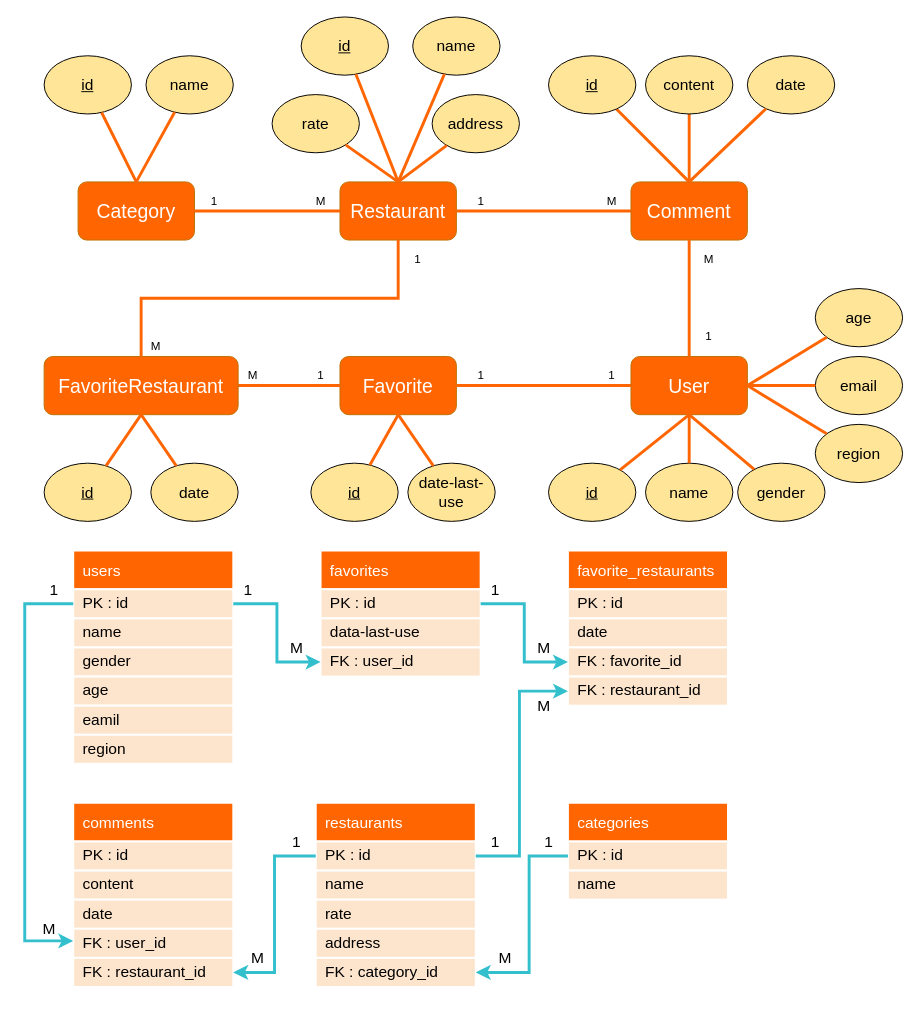
This is 餐廳論壇ERD+Schema.drawio.drawio from z88243310/bins, a draw.io file, before an edit. Source tidied: cells renumbered, new cells numbered last; positions are measured from the earlier drawing's top-left corner, leaving out a move shared by most shapes. Both pictures are drawn from the tidied source at 97%, with x=0, y=0 at pixel (24, 16).
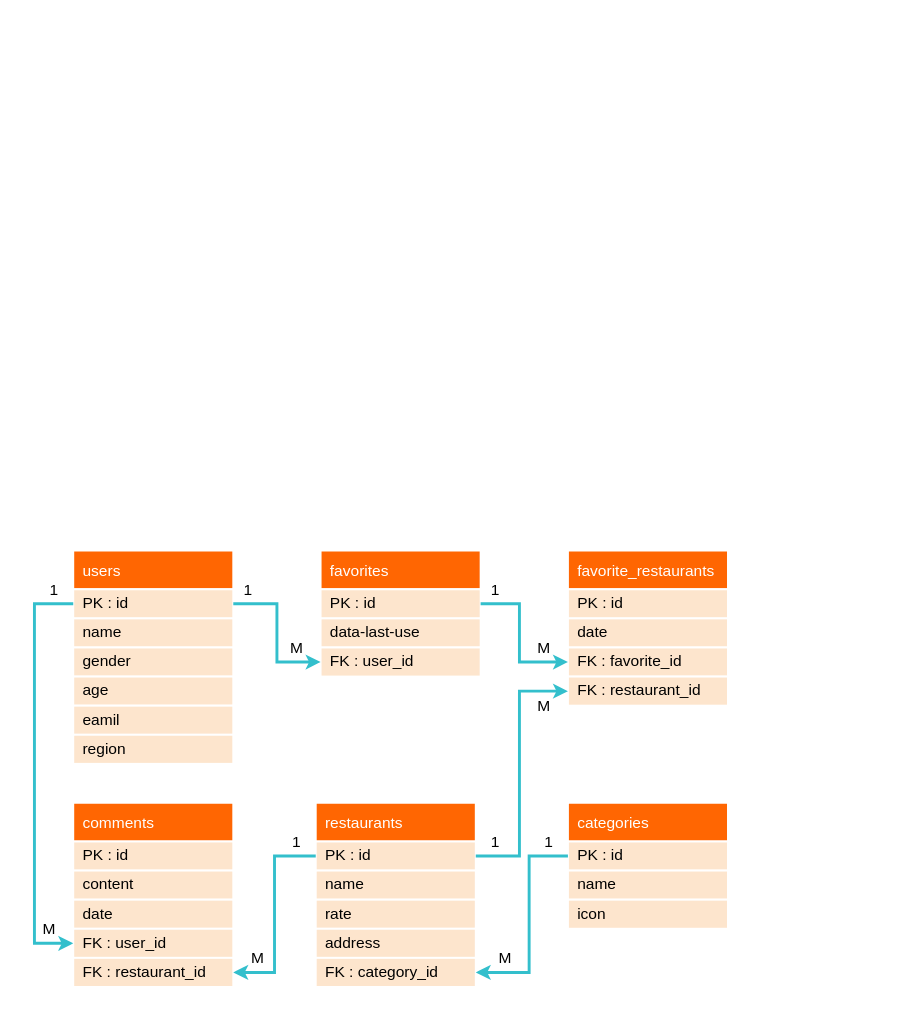
Above is the later version.

Commit message (it also covers changes not shown here):
更新餐廳論壇ERD+Schema.drawio.drawio

Unchanged cells that the change refers to:
```xml
<mxCell id="2" value="users" style="swimlane;fontStyle=0;horizontal=1;startSize=40;align=left;fontSize=16;fontColor=#FFFFFF;fillColor=#FF6602;spacing=0;strokeColor=#FFFFFF;strokeWidth=2;spacingLeft=10;" parent="1" vertex="1">
  <mxGeometry x="50" y="550" width="165" height="220" as="geometry" />
</mxCell>
<mxCell id="10" value="PK : id" style="text;strokeColor=#FFFFFF;fillColor=#FDE5CD;spacingLeft=10;spacingRight=0;overflow=hidden;points=[[0,0.5],[1,0.5]];portConstraint=eastwest;fontSize=16;strokeWidth=2;perimeterSpacing=0;sketch=0;shadow=0;rounded=0;glass=0;spacing=0;fontStyle=0;" parent="9" vertex="1">
  <mxGeometry y="40" width="165" height="30" as="geometry" />
</mxCell>
<mxCell id="19" value="FK : favorite_id" style="text;strokeColor=#FFFFFF;fillColor=#FDE5CD;spacingLeft=10;spacingRight=0;overflow=hidden;points=[[0,0.5],[1,0.5]];portConstraint=eastwest;fontSize=16;strokeWidth=2;sketch=0;shadow=0;rounded=0;glass=0;spacing=0;" parent="16" vertex="1">
  <mxGeometry y="100" width="165" height="30" as="geometry" />
</mxCell>
<mxCell id="95" value="comments" style="swimlane;fontStyle=0;horizontal=1;startSize=40;align=left;fontSize=16;fontColor=#FFFFFF;fillColor=#FF6602;spacing=0;strokeColor=#FFFFFF;strokeWidth=2;spacingLeft=10;" parent="1" vertex="1">
  <mxGeometry x="50" y="810" width="165" height="190" as="geometry" />
</mxCell>
<mxCell id="99" value="FK : user_id" style="text;strokeColor=#FFFFFF;fillColor=#FDE5CD;spacingLeft=10;spacingRight=0;overflow=hidden;points=[[0,0.5],[1,0.5]];portConstraint=eastwest;fontSize=16;strokeWidth=2;sketch=0;shadow=0;rounded=0;glass=0;spacing=0;" parent="95" vertex="1">
  <mxGeometry y="130" width="165" height="30" as="geometry" />
</mxCell>
```

Change to the diagram source:
```diff
@@
-    <mxCell id="32" value="Category" style="rounded=1;whiteSpace=wrap;html=1;fillColor=#FF6602;strokeColor=#BD7000;fontColor=#FFFFFF;fontSize=20;" parent="1" vertex="1">
-      <mxGeometry x="55" y="170" width="120" height="60" as="geometry" />
-    </mxCell>
-    <mxCell id="33" value="Restaurant" style="rounded=1;whiteSpace=wrap;html=1;fillColor=#FF6602;strokeColor=#BD7000;fontColor=#FFFFFF;fontSize=20;" parent="1" vertex="1">
-      <mxGeometry x="325" y="170" width="120" height="60" as="geometry" />
-    </mxCell>
-    <mxCell id="34" value="User" style="rounded=1;whiteSpace=wrap;html=1;fillColor=#FF6602;strokeColor=#BD7000;fontColor=#FFFFFF;fontSize=20;" parent="1" vertex="1">
-      <mxGeometry x="625" y="350" width="120" height="60" as="geometry" />
-    </mxCell>
-    <mxCell id="35" value="Comment" style="rounded=1;whiteSpace=wrap;html=1;fillColor=#FF6602;strokeColor=#BD7000;fontColor=#FFFFFF;fontSize=20;" parent="1" vertex="1">
-      <mxGeometry x="625" y="170" width="120" height="60" as="geometry" />
-    </mxCell>
-    <mxCell id="36" value="Favorite" style="rounded=1;whiteSpace=wrap;html=1;fillColor=#FF6602;strokeColor=#BD7000;fontColor=#FFFFFF;fontSize=20;" parent="1" vertex="1">
-      <mxGeometry x="325" y="350" width="120" height="60" as="geometry" />
-    </mxCell>
-    <mxCell id="37" style="edgeStyle=orthogonalEdgeStyle;rounded=0;jettySize=auto;html=1;entryX=0;entryY=0.5;entryDx=0;entryDy=0;strokeWidth=3;endArrow=none;endFill=0;strokeColor=#FF6602;exitX=1;exitY=0.5;exitDx=0;exitDy=0;" parent="1" edge="1" source="32" target="33">
-      <mxGeometry relative="1" as="geometry" />
-    </mxCell>
-    <mxCell id="38" value="1" style="text;html=1;align=center;verticalAlign=middle;strokeColor=none;fillColor=none;" parent="1" vertex="1">
-      <mxGeometry x="185" y="180" width="20" height="20" as="geometry" />
-    </mxCell>
-    <mxCell id="39" value="M" style="text;html=1;align=center;verticalAlign=middle;strokeColor=none;fillColor=none;" parent="1" vertex="1">
-      <mxGeometry x="295" y="180" width="20" height="20" as="geometry" />
-    </mxCell>
-    <mxCell id="40" style="edgeStyle=orthogonalEdgeStyle;rounded=0;jettySize=auto;html=1;strokeWidth=3;endArrow=none;endFill=0;strokeColor=#FF6602;exitX=1;exitY=0.5;exitDx=0;exitDy=0;entryX=0;entryY=0.5;entryDx=0;entryDy=0;" parent="1" edge="1" source="36" target="34">
-      <mxGeometry relative="1" as="geometry" />
-    </mxCell>
-    <mxCell id="41" value="1" style="text;html=1;align=center;verticalAlign=middle;strokeColor=none;fillColor=none;" parent="1" vertex="1">
-      <mxGeometry x="595" y="360" width="20" height="20" as="geometry" />
-    </mxCell>
-    <mxCell id="42" value="1" style="text;html=1;align=center;verticalAlign=middle;strokeColor=none;fillColor=none;" parent="1" vertex="1">
-      <mxGeometry x="460" y="360" width="20" height="20" as="geometry" />
-    </mxCell>
-    <mxCell id="43" style="edgeStyle=orthogonalEdgeStyle;rounded=0;jettySize=auto;html=1;strokeWidth=3;endArrow=none;endFill=0;strokeColor=#FF6602;exitX=1;exitY=0.5;exitDx=0;exitDy=0;entryX=0;entryY=0.5;entryDx=0;entryDy=0;" parent="1" edge="1" source="54" target="36">
-      <mxGeometry relative="1" as="geometry" />
-    </mxCell>
-    <mxCell id="44" value="1" style="text;html=1;align=center;verticalAlign=middle;strokeColor=none;fillColor=none;" parent="1" vertex="1">
-      <mxGeometry x="395" y="240" width="20" height="20" as="geometry" />
-    </mxCell>
-    <mxCell id="45" value="M" style="text;html=1;align=center;verticalAlign=middle;strokeColor=none;fillColor=none;" parent="1" vertex="1">
-      <mxGeometry x="125" y="330" width="20" height="20" as="geometry" />
-    </mxCell>
-    <mxCell id="46" style="edgeStyle=orthogonalEdgeStyle;rounded=0;jettySize=auto;html=1;strokeWidth=3;endArrow=none;endFill=0;strokeColor=#FF6602;exitX=1;exitY=0.5;exitDx=0;exitDy=0;entryX=0;entryY=0.5;entryDx=0;entryDy=0;" parent="1" edge="1" source="33" target="35">
-      <mxGeometry relative="1" as="geometry" />
-    </mxCell>
-    <mxCell id="47" style="edgeStyle=orthogonalEdgeStyle;rounded=0;jettySize=auto;html=1;strokeWidth=3;endArrow=none;endFill=0;strokeColor=#FF6602;exitX=0.5;exitY=1;exitDx=0;exitDy=0;entryX=0.5;entryY=0;entryDx=0;entryDy=0;" parent="1" edge="1" source="35" target="34">
-      <mxGeometry relative="1" as="geometry" />
-    </mxCell>
-    <mxCell id="48" value="1" style="text;html=1;align=center;verticalAlign=middle;strokeColor=none;fillColor=none;" parent="1" vertex="1">
-      <mxGeometry x="695" y="320" width="20" height="20" as="geometry" />
-    </mxCell>
-    <mxCell id="49" value="M" style="text;html=1;align=center;verticalAlign=middle;strokeColor=none;fillColor=none;" parent="1" vertex="1">
-      <mxGeometry x="695" y="240" width="20" height="20" as="geometry" />
-    </mxCell>
-    <mxCell id="50" value="M" style="text;html=1;align=center;verticalAlign=middle;strokeColor=none;fillColor=none;" parent="1" vertex="1">
-      <mxGeometry x="595" y="180" width="20" height="20" as="geometry" />
-    </mxCell>
-    <mxCell id="51" value="1" style="text;html=1;align=center;verticalAlign=middle;strokeColor=none;fillColor=none;" parent="1" vertex="1">
-      <mxGeometry x="460" y="180" width="20" height="20" as="geometry" />
-    </mxCell>
-    <mxCell id="52" value="&lt;div&gt;1&lt;/div&gt;" style="text;html=1;align=center;verticalAlign=middle;strokeColor=none;fillColor=none;" parent="1" vertex="1">
-      <mxGeometry x="295" y="360" width="20" height="20" as="geometry" />
-    </mxCell>
-    <mxCell id="53" value="M" style="text;html=1;align=center;verticalAlign=middle;strokeColor=none;fillColor=none;" parent="1" vertex="1">
-      <mxGeometry x="225" y="360" width="20" height="20" as="geometry" />
-    </mxCell>
-    <mxCell id="54" value="FavoriteRestaurant" style="rounded=1;whiteSpace=wrap;html=1;fillColor=#FF6602;strokeColor=#BD7000;fontColor=#FFFFFF;fontSize=20;" parent="1" vertex="1">
-      <mxGeometry x="20" y="350" width="200" height="60" as="geometry" />
-    </mxCell>
-    <mxCell id="55" style="edgeStyle=orthogonalEdgeStyle;rounded=0;jettySize=auto;html=1;strokeWidth=3;endArrow=none;endFill=0;strokeColor=#FF6602;exitX=0.5;exitY=0;exitDx=0;exitDy=0;entryX=0.5;entryY=1;entryDx=0;entryDy=0;" parent="1" edge="1" source="54" target="33">
-      <mxGeometry relative="1" as="geometry" />
-    </mxCell>
-    <mxCell id="56" value="&lt;u&gt;id&lt;/u&gt;" style="ellipse;whiteSpace=wrap;html=1;fillColor=#FFE598;fontSize=16;" parent="1" vertex="1">
-      <mxGeometry x="540" y="460" width="90" height="60" as="geometry" />
-    </mxCell>
-    <mxCell id="57" value="region" style="ellipse;whiteSpace=wrap;html=1;fillColor=#FFE598;fontSize=16;" parent="1" vertex="1">
-      <mxGeometry x="815" y="420" width="90" height="60" as="geometry" />
-    </mxCell>
-    <mxCell id="58" style="edgeStyle=none;rounded=0;jettySize=auto;html=1;fontSize=16;fontColor=#FFFFFF;endArrow=none;endFill=0;strokeColor=#FF6602;strokeWidth=3;entryX=0.5;entryY=0;entryDx=0;entryDy=0;" parent="1" edge="1" source="70" target="35">
-      <mxGeometry relative="1" as="geometry" />
-    </mxCell>
-    <mxCell id="59" value="age" style="ellipse;whiteSpace=wrap;html=1;fillColor=#FFE598;fontSize=16;" parent="1" vertex="1">
-      <mxGeometry x="815" y="280" width="90" height="60" as="geometry" />
-    </mxCell>
-    <mxCell id="60" value="gender" style="ellipse;whiteSpace=wrap;html=1;fillColor=#FFE598;fontSize=16;" parent="1" vertex="1">
-      <mxGeometry x="735" y="460" width="90" height="60" as="geometry" />
-    </mxCell>
-    <mxCell id="61" value="name" style="ellipse;whiteSpace=wrap;html=1;fillColor=#FFE598;fontSize=16;" parent="1" vertex="1">
-      <mxGeometry x="640" y="460" width="90" height="60" as="geometry" />
-    </mxCell>
-    <mxCell id="62" value="email" style="ellipse;whiteSpace=wrap;html=1;fillColor=#FFE598;fontSize=16;" parent="1" vertex="1">
-      <mxGeometry x="815" y="350" width="90" height="60" as="geometry" />
-    </mxCell>
-    <mxCell id="63" style="edgeStyle=none;rounded=0;jettySize=auto;html=1;fontSize=16;fontColor=#FFFFFF;endArrow=none;endFill=0;strokeColor=#FF6602;strokeWidth=3;entryX=0.5;entryY=0;entryDx=0;entryDy=0;" parent="1" edge="1" source="71" target="35">
-      <mxGeometry relative="1" as="geometry" />
-    </mxCell>
-    <mxCell id="64" style="edgeStyle=none;rounded=0;jettySize=auto;html=1;fontSize=16;fontColor=#FFFFFF;endArrow=none;endFill=0;strokeColor=#FF6602;strokeWidth=3;entryX=1;entryY=0.5;entryDx=0;entryDy=0;" parent="1" edge="1" source="62" target="34">
-      <mxGeometry relative="1" as="geometry" />
-    </mxCell>
-    <mxCell id="65" style="edgeStyle=none;rounded=0;jettySize=auto;html=1;fontSize=16;fontColor=#FFFFFF;endArrow=none;endFill=0;strokeColor=#FF6602;strokeWidth=3;entryX=1;entryY=0.5;entryDx=0;entryDy=0;" parent="1" edge="1" source="59" target="34">
-      <mxGeometry relative="1" as="geometry" />
-    </mxCell>
-    <mxCell id="66" style="edgeStyle=none;rounded=0;jettySize=auto;html=1;fontSize=16;fontColor=#FFFFFF;endArrow=none;endFill=0;strokeColor=#FF6602;strokeWidth=3;" parent="1" edge="1" target="61">
-      <mxGeometry relative="1" as="geometry">
-        <mxPoint x="685" y="410" as="sourcePoint" />
-      </mxGeometry>
-    </mxCell>
-    <mxCell id="67" style="edgeStyle=none;rounded=0;jettySize=auto;html=1;fontSize=16;fontColor=#FFFFFF;endArrow=none;endFill=0;strokeColor=#FF6602;strokeWidth=3;exitX=1;exitY=0.5;exitDx=0;exitDy=0;" parent="1" edge="1" source="34" target="57">
-      <mxGeometry relative="1" as="geometry" />
-    </mxCell>
-    <mxCell id="68" style="edgeStyle=none;rounded=0;jettySize=auto;html=1;fontSize=16;fontColor=#FFFFFF;endArrow=none;endFill=0;strokeColor=#FF6602;strokeWidth=3;exitX=0.5;exitY=1;exitDx=0;exitDy=0;" parent="1" edge="1" source="34" target="60">
-      <mxGeometry relative="1" as="geometry" />
-    </mxCell>
-    <mxCell id="69" style="edgeStyle=none;rounded=0;jettySize=auto;html=1;fontSize=16;fontColor=#FFFFFF;endArrow=none;endFill=0;strokeColor=#FF6602;strokeWidth=3;exitX=0.5;exitY=1;exitDx=0;exitDy=0;" parent="1" edge="1" source="34" target="56">
-      <mxGeometry relative="1" as="geometry" />
-    </mxCell>
-    <mxCell id="70" value="&lt;div&gt;content&lt;/div&gt;" style="ellipse;whiteSpace=wrap;html=1;fillColor=#FFE598;fontSize=16;" parent="1" vertex="1">
-      <mxGeometry x="640" y="40" width="90" height="60" as="geometry" />
-    </mxCell>
-    <mxCell id="71" value="&lt;u&gt;id&lt;/u&gt;" style="ellipse;whiteSpace=wrap;html=1;fillColor=#FFE598;fontSize=16;" parent="1" vertex="1">
-      <mxGeometry x="540" y="40" width="90" height="60" as="geometry" />
-    </mxCell>
-    <mxCell id="72" value="date" style="ellipse;whiteSpace=wrap;html=1;fillColor=#FFE598;fontSize=16;" parent="1" vertex="1">
-      <mxGeometry x="745" y="40" width="90" height="60" as="geometry" />
-    </mxCell>
-    <mxCell id="73" style="edgeStyle=none;rounded=0;jettySize=auto;html=1;fontSize=16;fontColor=#FFFFFF;endArrow=none;endFill=0;strokeColor=#FF6602;strokeWidth=3;" parent="1" edge="1" source="72">
-      <mxGeometry relative="1" as="geometry">
-        <mxPoint x="685" y="170" as="targetPoint" />
-      </mxGeometry>
-    </mxCell>
-    <mxCell id="74" value="&lt;u&gt;id&lt;/u&gt;" style="ellipse;whiteSpace=wrap;html=1;fillColor=#FFE598;fontSize=16;" parent="1" vertex="1">
-      <mxGeometry x="285" width="90" height="60" as="geometry" />
-    </mxCell>
-    <mxCell id="75" value="name" style="ellipse;whiteSpace=wrap;html=1;fillColor=#FFE598;fontSize=16;" parent="1" vertex="1">
-      <mxGeometry x="400" width="90" height="60" as="geometry" />
-    </mxCell>
-    <mxCell id="76" value="address" style="ellipse;whiteSpace=wrap;html=1;fillColor=#FFE598;fontSize=16;" parent="1" vertex="1">
-      <mxGeometry x="420" y="80" width="90" height="60" as="geometry" />
-    </mxCell>
-    <mxCell id="77" value="rate" style="ellipse;whiteSpace=wrap;html=1;fillColor=#FFE598;fontSize=16;" parent="1" vertex="1">
-      <mxGeometry x="255" y="80" width="90" height="60" as="geometry" />
-    </mxCell>
-    <mxCell id="78" style="edgeStyle=none;rounded=0;jettySize=auto;html=1;fontSize=16;fontColor=#FFFFFF;endArrow=none;endFill=0;strokeColor=#FF6602;strokeWidth=3;entryX=0.5;entryY=0;entryDx=0;entryDy=0;" parent="1" edge="1" source="74" target="33">
-      <mxGeometry relative="1" as="geometry" />
-    </mxCell>
-    <mxCell id="79" style="edgeStyle=none;rounded=0;jettySize=auto;html=1;fontSize=16;fontColor=#FFFFFF;endArrow=none;endFill=0;strokeColor=#FF6602;strokeWidth=3;entryX=0.5;entryY=0;entryDx=0;entryDy=0;" parent="1" edge="1" source="77" target="33">
-      <mxGeometry relative="1" as="geometry" />
-    </mxCell>
-    <mxCell id="80" style="edgeStyle=none;rounded=0;jettySize=auto;html=1;fontSize=16;fontColor=#FFFFFF;endArrow=none;endFill=0;strokeColor=#FF6602;strokeWidth=3;entryX=0.5;entryY=0;entryDx=0;entryDy=0;" parent="1" edge="1" source="75" target="33">
-      <mxGeometry relative="1" as="geometry" />
-    </mxCell>
-    <mxCell id="81" style="edgeStyle=none;rounded=0;jettySize=auto;html=1;fontSize=16;fontColor=#FFFFFF;endArrow=none;endFill=0;strokeColor=#FF6602;strokeWidth=3;entryX=0.5;entryY=0;entryDx=0;entryDy=0;" parent="1" edge="1" source="76" target="33">
-      <mxGeometry relative="1" as="geometry" />
-    </mxCell>
-    <mxCell id="82" value="&lt;u&gt;id&lt;/u&gt;" style="ellipse;whiteSpace=wrap;html=1;fillColor=#FFE598;fontSize=16;" parent="1" vertex="1">
-      <mxGeometry x="20" y="40" width="90" height="60" as="geometry" />
-    </mxCell>
-    <mxCell id="83" value="name" style="ellipse;whiteSpace=wrap;html=1;fillColor=#FFE598;fontSize=16;" parent="1" vertex="1">
-      <mxGeometry x="125" y="40" width="90" height="60" as="geometry" />
-    </mxCell>
-    <mxCell id="84" style="edgeStyle=none;rounded=0;jettySize=auto;html=1;fontSize=16;fontColor=#FFFFFF;endArrow=none;endFill=0;strokeColor=#FF6602;strokeWidth=3;entryX=0.5;entryY=0;entryDx=0;entryDy=0;" parent="1" edge="1" source="83" target="32">
-      <mxGeometry relative="1" as="geometry" />
-    </mxCell>
-    <mxCell id="85" style="edgeStyle=none;rounded=0;jettySize=auto;html=1;fontSize=16;fontColor=#FFFFFF;endArrow=none;endFill=0;strokeColor=#FF6602;strokeWidth=3;entryX=0.5;entryY=0;entryDx=0;entryDy=0;" parent="1" edge="1" source="82" target="32">
-      <mxGeometry relative="1" as="geometry" />
-    </mxCell>
-    <mxCell id="86" value="&lt;u&gt;id&lt;/u&gt;" style="ellipse;whiteSpace=wrap;html=1;fillColor=#FFE598;fontSize=16;" parent="1" vertex="1">
-      <mxGeometry x="295" y="460" width="90" height="60" as="geometry" />
-    </mxCell>
-    <mxCell id="87" value="&lt;u&gt;id&lt;/u&gt;" style="ellipse;whiteSpace=wrap;html=1;fillColor=#FFE598;fontSize=16;" parent="1" vertex="1">
-      <mxGeometry x="20" y="460" width="90" height="60" as="geometry" />
-    </mxCell>
-    <mxCell id="88" style="edgeStyle=none;rounded=0;jettySize=auto;html=1;fontSize=16;fontColor=#FFFFFF;endArrow=none;endFill=0;strokeColor=#FF6602;strokeWidth=3;exitX=0.5;exitY=1;exitDx=0;exitDy=0;" parent="1" edge="1" source="54" target="87">
-      <mxGeometry relative="1" as="geometry" />
-    </mxCell>
-    <mxCell id="89" style="edgeStyle=none;rounded=0;jettySize=auto;html=1;fontSize=16;fontColor=#FFFFFF;endArrow=none;endFill=0;strokeColor=#FF6602;strokeWidth=3;exitX=0.5;exitY=1;exitDx=0;exitDy=0;" parent="1" edge="1" source="36" target="86">
-      <mxGeometry relative="1" as="geometry" />
-    </mxCell>
-    <mxCell id="90" value="date-last-use" style="ellipse;whiteSpace=wrap;html=1;fillColor=#FFE598;fontSize=16;" parent="1" vertex="1">
-      <mxGeometry x="395" y="460" width="90" height="60" as="geometry" />
-    </mxCell>
-    <mxCell id="91" style="edgeStyle=none;rounded=0;jettySize=auto;html=1;fontSize=16;fontColor=#FFFFFF;endArrow=none;endFill=0;strokeColor=#FF6602;strokeWidth=3;exitX=0.5;exitY=1;exitDx=0;exitDy=0;" parent="1" edge="1" source="36" target="90">
-      <mxGeometry relative="1" as="geometry" />
-    </mxCell>
-    <mxCell id="92" value="date" style="ellipse;whiteSpace=wrap;html=1;fillColor=#FFE598;fontSize=16;" parent="1" vertex="1">
-      <mxGeometry x="130" y="460" width="90" height="60" as="geometry" />
-    </mxCell>
-    <mxCell id="93" style="edgeStyle=none;rounded=0;jettySize=auto;html=1;fontSize=16;fontColor=#FFFFFF;endArrow=none;endFill=0;strokeColor=#FF6602;strokeWidth=3;exitX=0.5;exitY=1;exitDx=0;exitDy=0;" parent="1" edge="1" source="54" target="92">
-      <mxGeometry relative="1" as="geometry" />
-    </mxCell>
     <mxCell id="94" style="edgeStyle=orthogonalEdgeStyle;rounded=0;jettySize=auto;html=1;fontSize=16;fontColor=#FFFFFF;strokeWidth=3;strokeColor=#33BFCC;exitX=1;exitY=0.5;exitDx=0;exitDy=0;entryX=0;entryY=0.5;entryDx=0;entryDy=0;" parent="1" edge="1" source="10" target="19">
-      <mxGeometry relative="1" as="geometry" />
+      <mxGeometry relative="1" as="geometry">
+        <Array as="points">
+          <mxPoint x="510" y="605" />
+          <mxPoint x="510" y="665" />
+        </Array>
+      </mxGeometry>
     </mxCell>
@@
     <mxCell id="101" value="categories" style="swimlane;fontStyle=0;horizontal=1;startSize=40;align=left;fontSize=16;fontColor=#FFFFFF;fillColor=#FF6602;spacing=0;strokeColor=#FFFFFF;strokeWidth=2;spacingLeft=10;" parent="1" vertex="1">
-      <mxGeometry x="560" y="810" width="165" height="100" as="geometry" />
+      <mxGeometry x="560" y="810" width="165" height="130" as="geometry" />
     </mxCell>
@@
+    <mxCell id="113" value="icon" style="text;strokeColor=#FFFFFF;fillColor=#FDE5CD;spacingLeft=10;spacingRight=0;overflow=hidden;fontSize=16;strokeWidth=2;sketch=0;shadow=0;rounded=0;glass=0;spacing=0;" parent="101" vertex="1">
+      <mxGeometry y="100" width="165" height="30" as="geometry" />
+    </mxCell>
@@
-    <mxCell id="105" style="edgeStyle=orthogonalEdgeStyle;rounded=0;jettySize=auto;html=1;fontSize=16;fontColor=#FFFFFF;strokeWidth=3;strokeColor=#33BFCC;entryX=0;entryY=0.75;entryDx=0;entryDy=0;exitX=0;exitY=0.25;exitDx=0;exitDy=0;" parent="1" edge="1" source="2" target="95">
+    <mxCell id="105" style="edgeStyle=orthogonalEdgeStyle;rounded=0;jettySize=auto;html=1;fontSize=16;fontColor=#FFFFFF;strokeWidth=3;strokeColor=#33BFCC;exitX=0;exitY=0.25;exitDx=0;exitDy=0;entryX=0;entryY=0.5;entryDx=0;entryDy=0;" parent="1" edge="1" source="2" target="99">
       <mxGeometry relative="1" as="geometry">
         <Array as="points">
-          <mxPoint y="605" />
-          <mxPoint y="952" />
+          <mxPoint x="10" y="605" />
+          <mxPoint x="10" y="955" />
         </Array>
       </mxGeometry>
     </mxCell>
```
